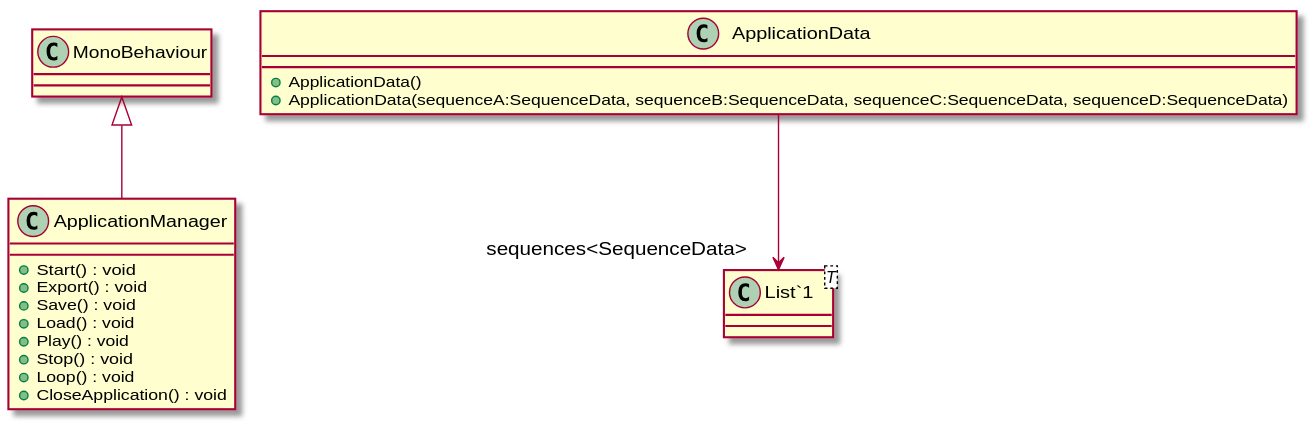
Emanuelsoniax/AudioSequencer keeps this PlantUML diagram as UML/ApplicationManager.svg. Above is the earlier version. Its diagram source:
```plantuml
@startuml
class ApplicationManager {
    + Start() : void
    + Export() : void
    + Save() : void
    + Load() : void
    + Play() : void
    + Stop() : void
    + Loop() : void
    + CloseApplication() : void
}
class ApplicationData {
    + ApplicationData()
    + ApplicationData(sequenceA:SequenceData, sequenceB:SequenceData, sequenceC:SequenceData, sequenceD:SequenceData)
}
class "List`1"<T> {
}
MonoBehaviour <|-- ApplicationManager
ApplicationData --> "sequences<SequenceData>" "List`1"
@enduml
```
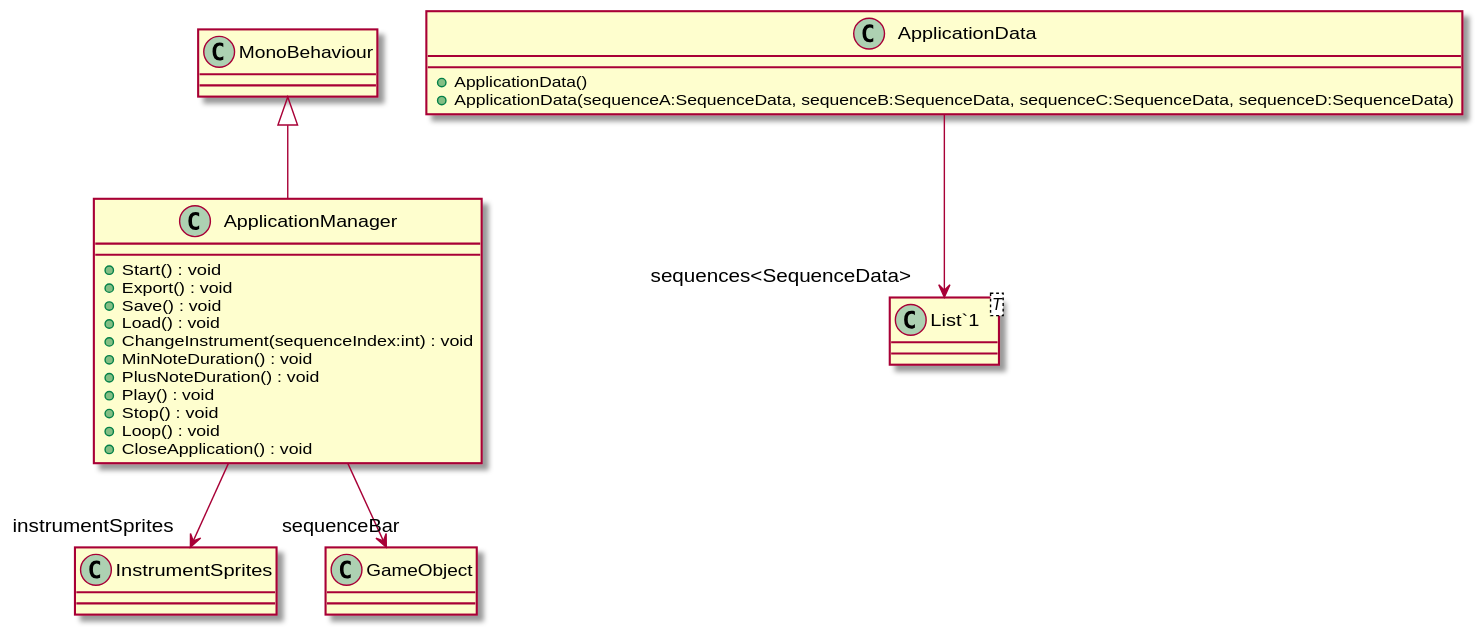
Later version of the same file.

The edit, as a diff of the source:
```diff
@@ -4,6 +4,9 @@
     + Export() : void
     + Save() : void
     + Load() : void
+    + ChangeInstrument(sequenceIndex:int) : void
+    + MinNoteDuration() : void
+    + PlusNoteDuration() : void
     + Play() : void
     + Stop() : void
     + Loop() : void
@@ -16,5 +19,7 @@
 class "List`1"<T> {
 }
 MonoBehaviour <|-- ApplicationManager
+ApplicationManager --> "instrumentSprites" InstrumentSprites
+ApplicationManager --> "sequenceBar" GameObject
 ApplicationData --> "sequences<SequenceData>" "List`1"
 @enduml
```
